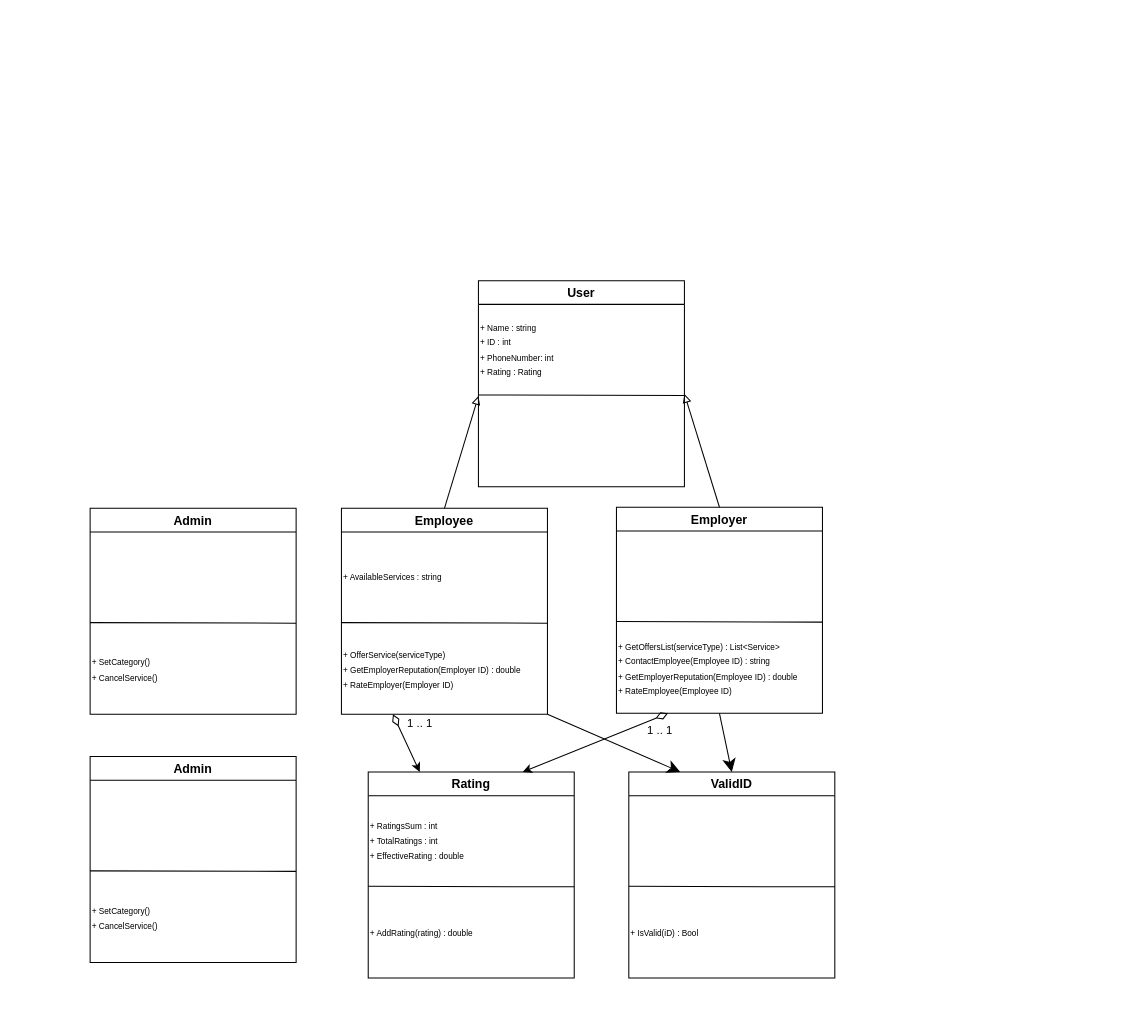
Before: Diagrama UML.drawio in charlis96/Proyecto_Chatbot, a draw.io diagram. Source tidied: cells renumbered, new cells numbered last; positions are measured from the earlier drawing's top-left corner, leaving out a move shared by most shapes. Both pictures are drawn from the tidied source at 103%, with x=0, y=0 at pixel (90, 280).
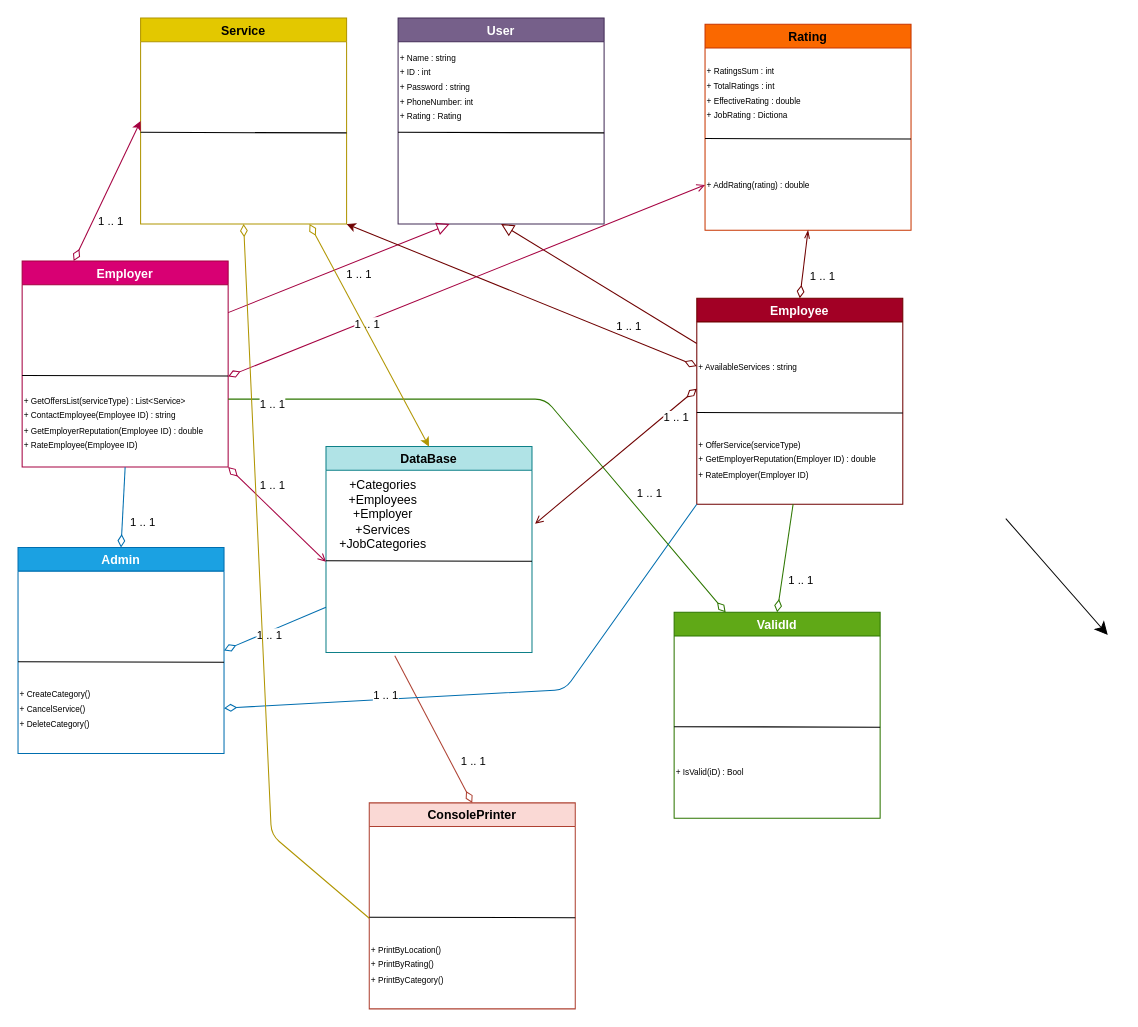
The same diagram, later.

The change refers to these unchanged cells:
```xml
<mxCell id="7" value="&lt;span style=&quot;font-size: 8px&quot;&gt;+ OfferService(serviceType)&lt;br&gt;+ GetEmployerReputation(Employer ID) : double&lt;br&gt;+ RateEmployer(Employer ID)&lt;br&gt;&lt;/span&gt;" style="text;html=1;strokeColor=none;fillColor=none;align=left;verticalAlign=middle;whiteSpace=wrap;rounded=0;" parent="5" vertex="1">
  <mxGeometry y="112" width="200" height="88" as="geometry" />
</mxCell>
<mxCell id="8" value="&lt;span style=&quot;font-size: 8px&quot;&gt;+ AvailableServices : string&lt;br&gt;&lt;/span&gt;" style="text;html=1;strokeColor=none;fillColor=none;align=left;verticalAlign=middle;whiteSpace=wrap;rounded=0;" parent="5" vertex="1">
  <mxGeometry y="22" width="200" height="88" as="geometry" />
</mxCell>
<mxCell id="11" value="&lt;span style=&quot;font-size: 8px&quot;&gt;+ GetOffersList(serviceType) : List&amp;lt;Service&amp;gt;&lt;br&gt;+ ContactEmployee(Employee ID) : string&lt;br&gt;+ GetEmployerReputation(Employee ID) : double&lt;br&gt;+ RateEmployee(Employee ID)&lt;br&gt;&lt;/span&gt;" style="text;html=1;strokeColor=none;fillColor=none;align=left;verticalAlign=middle;whiteSpace=wrap;rounded=0;" parent="9" vertex="1">
  <mxGeometry y="112" width="200" height="88" as="geometry" />
</mxCell>
<mxCell id="19" value="&lt;span style=&quot;font-size: 8px&quot;&gt;+ AddRating(rating) : double&lt;br&gt;&lt;/span&gt;" style="text;html=1;strokeColor=none;fillColor=none;align=left;verticalAlign=middle;whiteSpace=wrap;rounded=0;" parent="17" vertex="1">
  <mxGeometry y="112" width="200" height="88" as="geometry" />
</mxCell>
```

The edit, as a diff of the source:
```diff
@@
-    <mxCell id="2" value="Admin" style="swimlane;" parent="1" vertex="1">
-      <mxGeometry y="221" width="200" height="200" as="geometry" />
+    <mxCell id="2" value="Admin" style="swimlane;fillColor=#1ba1e2;fontColor=#ffffff;strokeColor=#006EAF;" parent="1" vertex="1">
+      <mxGeometry x="-70" y="259" width="200" height="200" as="geometry" />
     </mxCell>
@@
-    <mxCell id="4" value="&lt;span style=&quot;font-size: 8px&quot;&gt;+ SetCategory()&lt;br&gt;+ CancelService()&lt;br&gt;&lt;/span&gt;" style="text;html=1;strokeColor=none;fillColor=none;align=left;verticalAlign=middle;whiteSpace=wrap;rounded=0;" parent="2" vertex="1">
+    <mxCell id="4" value="&lt;span style=&quot;font-size: 8px&quot;&gt;+ CreateCategory()&lt;br&gt;+ CancelService()&lt;br&gt;+ DeleteCategory()&lt;br&gt;&lt;/span&gt;" style="text;html=1;strokeColor=none;fillColor=none;align=left;verticalAlign=middle;whiteSpace=wrap;rounded=0;" parent="2" vertex="1">
       <mxGeometry y="112" width="200" height="88" as="geometry" />
     </mxCell>
-    <mxCell id="5" value="Employee" style="swimlane;" parent="1" vertex="1">
-      <mxGeometry x="244" y="221" width="200" height="200" as="geometry" />
+    <mxCell id="5" value="Employee" style="swimlane;strokeColor=#6F0000;fillColor=#a20025;fontColor=#ffffff;" parent="1" vertex="1">
+      <mxGeometry x="589" y="17" width="200" height="200" as="geometry" />
     </mxCell>
@@
-    <mxCell id="9" value="Employer" style="swimlane;" parent="1" vertex="1">
-      <mxGeometry x="511" y="220" width="200" height="200" as="geometry" />
+    <mxCell id="9" value="Employer" style="swimlane;fillColor=#d80073;fontColor=#ffffff;strokeColor=#A50040;" parent="1" vertex="1">
+      <mxGeometry x="-66" y="-19" width="200" height="200" as="geometry" />
     </mxCell>
@@
-    <mxCell id="12" value="User" style="swimlane;" parent="1" vertex="1">
-      <mxGeometry x="377" width="200" height="200" as="geometry" />
+    <mxCell id="12" value="User" style="swimlane;fillColor=#76608a;fontColor=#ffffff;strokeColor=#432D57;" parent="1" vertex="1">
+      <mxGeometry x="299" y="-255" width="200" height="200" as="geometry" />
     </mxCell>
@@
-    <mxCell id="14" value="&lt;span style=&quot;font-size: 8px&quot;&gt;+ Name : string&lt;br&gt;+ ID : int&lt;br&gt;+ PhoneNumber: int&lt;br&gt;+ Rating : Rating&lt;br&gt;&lt;/span&gt;" style="text;html=1;strokeColor=none;fillColor=none;align=left;verticalAlign=middle;whiteSpace=wrap;rounded=0;" parent="12" vertex="1">
+    <mxCell id="14" value="&lt;span style=&quot;font-size: 8px&quot;&gt;+ Name : string&lt;br&gt;+ ID : int&lt;br&gt;+ Password : string&lt;br&gt;+ PhoneNumber: int&lt;br&gt;+ Rating : Rating&lt;br&gt;&lt;/span&gt;" style="text;html=1;strokeColor=none;fillColor=none;align=left;verticalAlign=middle;whiteSpace=wrap;rounded=0;" parent="12" vertex="1">
       <mxGeometry y="22" width="200" height="88" as="geometry" />
     </mxCell>
-    <mxCell id="15" style="endArrow=block;html=1;entryX=0;entryY=0;entryDx=0;entryDy=0;exitX=0.5;exitY=0;exitDx=0;exitDy=0;endFill=0;" parent="1" edge="1" source="5">
-      <mxGeometry relative="1" as="geometry">
-        <mxPoint x="377" y="112" as="targetPoint" />
-      </mxGeometry>
-    </mxCell>
-    <mxCell id="16" style="endArrow=block;html=1;entryX=1;entryY=1;entryDx=0;entryDy=0;exitX=0.5;exitY=0;exitDx=0;exitDy=0;endFill=0;" parent="1" edge="1" source="9" target="14">
-      <mxGeometry relative="1" as="geometry" />
-    </mxCell>
-    <mxCell id="17" value="Rating" style="swimlane;" parent="1" vertex="1">
-      <mxGeometry x="270" y="477" width="200" height="200" as="geometry" />
+    <mxCell id="17" value="Rating" style="swimlane;fillColor=#fa6800;fontColor=#000000;strokeColor=#C73500;" parent="1" vertex="1">
+      <mxGeometry x="597" y="-249" width="200" height="200" as="geometry" />
     </mxCell>
@@
-    <mxCell id="20" value="&lt;span style=&quot;font-size: 8px&quot;&gt;+ RatingsSum : int&lt;br&gt;+ TotalRatings : int&lt;br&gt;+ EffectiveRating : double&lt;br&gt;&lt;/span&gt;" style="text;html=1;strokeColor=none;fillColor=none;align=left;verticalAlign=middle;whiteSpace=wrap;rounded=0;" parent="17" vertex="1">
+    <mxCell id="20" value="&lt;span style=&quot;font-size: 8px&quot;&gt;+ RatingsSum : int&lt;br&gt;+ TotalRatings : int&lt;br&gt;+ EffectiveRating : double&lt;br&gt;+ JobRating : Dictiona&lt;br&gt;&lt;/span&gt;" style="text;html=1;strokeColor=none;fillColor=none;align=left;verticalAlign=middle;whiteSpace=wrap;rounded=0;" parent="17" vertex="1">
       <mxGeometry y="22" width="200" height="88" as="geometry" />
     </mxCell>
-    <mxCell id="21" style="endArrow=classic;html=1;exitX=0.25;exitY=1;exitDx=0;exitDy=0;endFill=1;startArrow=diamondThin;startFill=0;startSize=10;entryX=0.25;entryY=0;entryDx=0;entryDy=0;" parent="1" edge="1" source="7" target="17">
-      <mxGeometry relative="1" as="geometry" />
-    </mxCell>
-    <mxCell id="22" value="1 .. 1" style="edgeLabel;html=1;align=center;verticalAlign=middle;" parent="21" vertex="1">
-      <mxGeometry x="-0.5" relative="1" as="geometry">
-        <mxPoint x="19" y="-5" as="offset" />
-      </mxGeometry>
-    </mxCell>
-    <mxCell id="23" style="endArrow=classic;html=1;entryX=0.75;entryY=0;entryDx=0;entryDy=0;endFill=1;startArrow=diamondThin;startFill=0;targetPerimeterSpacing=12;startSize=10;exitX=0.25;exitY=1;exitDx=0;exitDy=0;" parent="1" edge="1" source="11" target="17">
-      <mxGeometry relative="1" as="geometry" />
-    </mxCell>
-    <mxCell id="24" value="1 .. 1" style="edgeLabel;html=1;align=center;verticalAlign=middle;" parent="23" vertex="1">
-      <mxGeometry x="-0.5" relative="1" as="geometry">
-        <mxPoint x="27" y="2" as="offset" />
-      </mxGeometry>
-    </mxCell>
-    <mxCell id="25" value="ValidID" style="swimlane;" parent="1" vertex="1">
-      <mxGeometry x="523" y="477" width="200" height="200" as="geometry" />
+    <mxCell id="25" value="Service" style="swimlane;fillColor=#e3c800;fontColor=#000000;strokeColor=#B09500;" parent="1" vertex="1">
+      <mxGeometry x="49" y="-255" width="200" height="200" as="geometry" />
     </mxCell>
@@
+    <mxCell id="33" value="DataBase" style="swimlane;fillColor=#b0e3e6;strokeColor=#0e8088;" parent="1" vertex="1">
+      <mxGeometry x="229" y="161" width="200" height="200" as="geometry" />
+    </mxCell>
+    <mxCell id="34" style="endArrow=none;html=1;rounded=0;" parent="33" edge="1">
+      <mxGeometry relative="1" as="geometry">
+        <mxPoint y="111" as="sourcePoint" />
+        <mxPoint x="200" y="111.5" as="targetPoint" />
+      </mxGeometry>
+    </mxCell>
+    <mxCell id="35" value="&lt;span style=&quot;font-size: 8px&quot;&gt;&lt;br&gt;&lt;/span&gt;" style="text;html=1;strokeColor=none;fillColor=none;align=left;verticalAlign=middle;whiteSpace=wrap;rounded=0;" parent="33" vertex="1">
+      <mxGeometry y="112" width="200" height="88" as="geometry" />
+    </mxCell>
+    <mxCell id="36" value="+Categories&lt;br&gt;+Employees&lt;br&gt;+Employer&lt;br&gt;+Services&lt;br&gt;+JobCategories" style="text;html=1;align=center;verticalAlign=middle;strokeColor=none;fillColor=none;" parent="33" vertex="1">
+      <mxGeometry x="8" y="29" width="94" height="74" as="geometry" />
+    </mxCell>
+    <mxCell id="37" value="ConsolePrinter" style="swimlane;fillColor=#fad9d5;strokeColor=#ae4132;" parent="1" vertex="1">
+      <mxGeometry x="271" y="507" width="200" height="200" as="geometry" />
+    </mxCell>
+    <mxCell id="38" style="endArrow=none;html=1;rounded=0;" parent="37" edge="1">
+      <mxGeometry relative="1" as="geometry">
+        <mxPoint y="111" as="sourcePoint" />
+        <mxPoint x="200" y="111.5" as="targetPoint" />
+      </mxGeometry>
+    </mxCell>
+    <mxCell id="39" value="&lt;span style=&quot;font-size: 8px&quot;&gt;&lt;br&gt;&lt;/span&gt;" style="text;html=1;strokeColor=none;fillColor=none;align=left;verticalAlign=middle;whiteSpace=wrap;rounded=0;" parent="37" vertex="1">
+      <mxGeometry y="112" width="200" height="88" as="geometry" />
+    </mxCell>
+    <mxCell id="40" value="&lt;span style=&quot;font-size: 8px&quot;&gt;+ PrintByLocation()&lt;br&gt;&lt;/span&gt;&lt;span style=&quot;font-size: 8px&quot;&gt;+ PrintByRating()&lt;br&gt;&lt;/span&gt;&lt;span style=&quot;font-size: 8px&quot;&gt;+ PrintByCategory()&lt;/span&gt;&lt;span style=&quot;font-size: 8px&quot;&gt;&lt;br&gt;&lt;/span&gt;" style="text;html=1;strokeColor=none;fillColor=none;align=left;verticalAlign=middle;whiteSpace=wrap;rounded=0;" parent="37" vertex="1">
+      <mxGeometry y="112" width="200" height="88" as="geometry" />
+    </mxCell>
+    <mxCell id="41" style="endArrow=none;html=1;exitX=0.5;exitY=0;exitDx=0;exitDy=0;endFill=0;startArrow=diamondThin;startFill=0;startSize=10;entryX=0.334;entryY=1.036;entryDx=0;entryDy=0;entryPerimeter=0;fillColor=#fad9d5;strokeColor=#ae4132;" parent="1" edge="1" source="37" target="35">
+      <mxGeometry relative="1" as="geometry" />
+    </mxCell>
+    <mxCell id="42" value="1 .. 1" style="edgeLabel;html=1;align=center;verticalAlign=middle;" parent="41" vertex="1">
+      <mxGeometry x="-0.5" relative="1" as="geometry">
+        <mxPoint x="19" y="-5" as="offset" />
+      </mxGeometry>
+    </mxCell>
+    <mxCell id="43" value="ValidId" style="swimlane;fillColor=#60a917;fontColor=#ffffff;strokeColor=#2D7600;" parent="1" vertex="1">
+      <mxGeometry x="567" y="322" width="200" height="200" as="geometry" />
+    </mxCell>
+    <mxCell id="44" style="endArrow=none;html=1;rounded=0;" parent="43" edge="1">
+      <mxGeometry relative="1" as="geometry">
+        <mxPoint y="111" as="sourcePoint" />
+        <mxPoint x="200" y="111.5" as="targetPoint" />
+      </mxGeometry>
+    </mxCell>
+    <mxCell id="45" value="&lt;span style=&quot;font-size: 8px&quot;&gt;&lt;br&gt;&lt;/span&gt;" style="text;html=1;strokeColor=none;fillColor=none;align=left;verticalAlign=middle;whiteSpace=wrap;rounded=0;" parent="43" vertex="1">
+      <mxGeometry y="112" width="200" height="88" as="geometry" />
+    </mxCell>
-    <mxCell id="27" value="&lt;span style=&quot;font-size: 8px&quot;&gt;+ IsValid(iD) : Bool&lt;br&gt;&lt;/span&gt;" style="text;html=1;strokeColor=none;fillColor=none;align=left;verticalAlign=middle;whiteSpace=wrap;rounded=0;" parent="25" vertex="1">
-      <mxGeometry y="112" width="200" height="88" as="geometry" />
+    <mxCell id="27" value="&lt;span style=&quot;font-size: 8px&quot;&gt;+ IsValid(iD) : Bool&lt;br&gt;&lt;/span&gt;" style="text;html=1;strokeColor=none;fillColor=none;align=left;verticalAlign=middle;whiteSpace=wrap;rounded=0;" parent="43" vertex="1">
+      <mxGeometry y="110" width="200" height="88" as="geometry" />
     </mxCell>
-    <mxCell id="28" style="endArrow=classic;html=1;startSize=10;endSize=10;targetPerimeterSpacing=12;exitX=1;exitY=1;exitDx=0;exitDy=0;entryX=0.25;entryY=0;entryDx=0;entryDy=0;" parent="1" edge="1" source="7" target="25">
-      <mxGeometry relative="1" as="geometry" />
-    </mxCell>
-    <mxCell id="29" style="endArrow=classic;html=1;startSize=10;endSize=10;targetPerimeterSpacing=12;exitX=0.5;exitY=1;exitDx=0;exitDy=0;entryX=0.5;entryY=0;entryDx=0;entryDy=0;" parent="1" edge="1" source="11" target="25">
-      <mxGeometry relative="1" as="geometry" />
-    </mxCell>
-    <mxCell id="30" value="Admin" style="swimlane;" parent="1" vertex="1">
-      <mxGeometry y="462" width="200" height="200" as="geometry" />
-    </mxCell>
-    <mxCell id="31" style="endArrow=none;html=1;rounded=0;" parent="30" edge="1">
-      <mxGeometry relative="1" as="geometry">
-        <mxPoint y="111" as="sourcePoint" />
-        <mxPoint x="200" y="111.5" as="targetPoint" />
-      </mxGeometry>
-    </mxCell>
-    <mxCell id="32" value="&lt;span style=&quot;font-size: 8px&quot;&gt;+ SetCategory()&lt;br&gt;+ CancelService()&lt;br&gt;&lt;/span&gt;" style="text;html=1;strokeColor=none;fillColor=none;align=left;verticalAlign=middle;whiteSpace=wrap;rounded=0;" parent="30" vertex="1">
-      <mxGeometry y="112" width="200" height="88" as="geometry" />
-    </mxCell>
+    <mxCell id="46" style="endArrow=classic;html=1;startSize=10;endSize=10;targetPerimeterSpacing=12;entryX=0;entryY=0.25;entryDx=0;entryDy=0;" parent="1" edge="1">
+      <mxGeometry relative="1" as="geometry">
+        <mxPoint x="889" y="231" as="sourcePoint" />
+        <mxPoint x="988" y="344" as="targetPoint" />
+        <Array as="points">
+          <mxPoint x="889" y="231" />
+        </Array>
+      </mxGeometry>
+    </mxCell>
+    <mxCell id="47" style="endArrow=block;html=1;startSize=10;endSize=10;targetPerimeterSpacing=12;entryX=0.25;entryY=1;entryDx=0;entryDy=0;exitX=1;exitY=0.25;exitDx=0;exitDy=0;fillColor=#d80073;strokeColor=#A50040;endFill=0;" parent="1" edge="1" source="9" target="12">
+      <mxGeometry relative="1" as="geometry" />
+    </mxCell>
+    <mxCell id="48" style="endArrow=block;html=1;startSize=10;endSize=10;targetPerimeterSpacing=12;entryX=0.5;entryY=1;entryDx=0;entryDy=0;exitX=0;exitY=0.25;exitDx=0;exitDy=0;fillColor=#a20025;strokeColor=#6F0000;endFill=0;" parent="1" edge="1" source="8" target="12">
+      <mxGeometry relative="1" as="geometry" />
+    </mxCell>
+    <mxCell id="49" style="endArrow=open;html=1;exitX=0;exitY=0.75;exitDx=0;exitDy=0;endFill=0;startArrow=diamondThin;startFill=0;startSize=10;fillColor=#a20025;strokeColor=#6F0000;" parent="1" edge="1" source="8">
+      <mxGeometry relative="1" as="geometry">
+        <mxPoint x="432" y="236" as="targetPoint" />
+      </mxGeometry>
+    </mxCell>
+    <mxCell id="50" value="1 .. 1" style="edgeLabel;html=1;align=center;verticalAlign=middle;" parent="49" vertex="1">
+      <mxGeometry x="-0.5" relative="1" as="geometry">
+        <mxPoint x="19" y="-5" as="offset" />
+      </mxGeometry>
+    </mxCell>
+    <mxCell id="51" style="endArrow=openThin;html=1;endFill=0;startArrow=diamondThin;startFill=0;startSize=10;exitX=0.5;exitY=0;exitDx=0;exitDy=0;entryX=0.5;entryY=1;entryDx=0;entryDy=0;fillColor=#a20025;strokeColor=#6F0000;" parent="1" edge="1" source="5" target="19">
+      <mxGeometry relative="1" as="geometry" />
+    </mxCell>
+    <mxCell id="52" value="1 .. 1" style="edgeLabel;html=1;align=center;verticalAlign=middle;" parent="51" vertex="1">
+      <mxGeometry x="-0.5" relative="1" as="geometry">
+        <mxPoint x="19" y="-5" as="offset" />
+      </mxGeometry>
+    </mxCell>
+    <mxCell id="53" style="endArrow=classic;html=1;exitX=0;exitY=0.5;exitDx=0;exitDy=0;endFill=1;startArrow=diamondThin;startFill=0;startSize=10;fillColor=#a20025;strokeColor=#6F0000;entryX=1;entryY=1;entryDx=0;entryDy=0;" parent="1" edge="1" source="8" target="25">
+      <mxGeometry relative="1" as="geometry" />
+    </mxCell>
+    <mxCell id="54" value="1 .. 1" style="edgeLabel;html=1;align=center;verticalAlign=middle;" parent="53" vertex="1">
+      <mxGeometry x="-0.5" relative="1" as="geometry">
+        <mxPoint x="19" y="-5" as="offset" />
+      </mxGeometry>
+    </mxCell>
+    <mxCell id="55" style="endArrow=classic;html=1;exitX=0.25;exitY=0;exitDx=0;exitDy=0;endFill=1;startArrow=diamondThin;startFill=0;startSize=10;entryX=0;entryY=0.5;entryDx=0;entryDy=0;fillColor=#d80073;strokeColor=#A50040;" parent="1" edge="1" source="9" target="25">
+      <mxGeometry relative="1" as="geometry" />
+    </mxCell>
+    <mxCell id="56" value="1 .. 1" style="edgeLabel;html=1;align=center;verticalAlign=middle;" parent="55" vertex="1">
+      <mxGeometry x="-0.5" relative="1" as="geometry">
+        <mxPoint x="19" y="-5" as="offset" />
+      </mxGeometry>
+    </mxCell>
+    <mxCell id="57" style="endArrow=open;html=1;exitX=1;exitY=0;exitDx=0;exitDy=0;endFill=0;startArrow=diamondThin;startFill=0;startSize=10;entryX=0;entryY=0.5;entryDx=0;entryDy=0;fillColor=#d80073;strokeColor=#A50040;" parent="1" edge="1" source="11" target="19">
+      <mxGeometry relative="1" as="geometry" />
+    </mxCell>
+    <mxCell id="58" value="1 .. 1" style="edgeLabel;html=1;align=center;verticalAlign=middle;" parent="57" vertex="1">
+      <mxGeometry x="-0.5" relative="1" as="geometry">
+        <mxPoint x="19" y="-5" as="offset" />
+      </mxGeometry>
+    </mxCell>
+    <mxCell id="59" style="endArrow=open;html=1;exitX=1;exitY=1;exitDx=0;exitDy=0;endFill=0;startArrow=diamondThin;startFill=0;startSize=10;entryX=0;entryY=0;entryDx=0;entryDy=0;fillColor=#d80073;strokeColor=#A50040;" parent="1" edge="1" source="11" target="35">
+      <mxGeometry relative="1" as="geometry" />
+    </mxCell>
+    <mxCell id="60" value="1 .. 1" style="edgeLabel;html=1;align=center;verticalAlign=middle;" parent="59" vertex="1">
+      <mxGeometry x="-0.5" relative="1" as="geometry">
+        <mxPoint x="19" y="-5" as="offset" />
+      </mxGeometry>
+    </mxCell>
+    <mxCell id="61" style="endArrow=none;html=1;exitX=1;exitY=0.5;exitDx=0;exitDy=0;endFill=0;startArrow=diamondThin;startFill=0;startSize=10;entryX=0;entryY=0.5;entryDx=0;entryDy=0;fillColor=#1ba1e2;strokeColor=#006EAF;" parent="1" edge="1" source="2" target="35">
+      <mxGeometry relative="1" as="geometry" />
+    </mxCell>
+    <mxCell id="62" value="1 .. 1" style="edgeLabel;html=1;align=center;verticalAlign=middle;" parent="61" vertex="1">
+      <mxGeometry x="-0.5" relative="1" as="geometry">
+        <mxPoint x="19" y="-5" as="offset" />
+      </mxGeometry>
+    </mxCell>
+    <mxCell id="63" style="endArrow=none;html=1;exitX=0.5;exitY=0;exitDx=0;exitDy=0;endFill=0;startArrow=diamondThin;startFill=0;startSize=10;entryX=0.5;entryY=1;entryDx=0;entryDy=0;fillColor=#1ba1e2;strokeColor=#006EAF;" parent="1" edge="1" source="2" target="11">
+      <mxGeometry relative="1" as="geometry" />
+    </mxCell>
+    <mxCell id="64" value="1 .. 1" style="edgeLabel;html=1;align=center;verticalAlign=middle;" parent="63" vertex="1">
+      <mxGeometry x="-0.5" relative="1" as="geometry">
+        <mxPoint x="19" y="-5" as="offset" />
+      </mxGeometry>
+    </mxCell>
+    <mxCell id="65" style="endArrow=none;html=1;exitX=1;exitY=0.5;exitDx=0;exitDy=0;endFill=0;startArrow=diamondThin;startFill=0;startSize=10;entryX=0;entryY=1;entryDx=0;entryDy=0;fillColor=#1ba1e2;strokeColor=#006EAF;" parent="1" edge="1" source="4" target="7">
+      <mxGeometry relative="1" as="geometry">
+        <Array as="points">
+          <mxPoint x="461" y="397" />
+        </Array>
+      </mxGeometry>
+    </mxCell>
+    <mxCell id="66" value="1 .. 1" style="edgeLabel;html=1;align=center;verticalAlign=middle;" parent="65" vertex="1">
+      <mxGeometry x="-0.5" relative="1" as="geometry">
+        <mxPoint x="19" y="-5" as="offset" />
+      </mxGeometry>
+    </mxCell>
+    <mxCell id="67" style="endArrow=none;html=1;exitX=0.5;exitY=0;exitDx=0;exitDy=0;endFill=0;startArrow=diamondThin;startFill=0;startSize=10;fillColor=#60a917;strokeColor=#2D7600;" parent="1" edge="1" source="43" target="7">
+      <mxGeometry relative="1" as="geometry" />
+    </mxCell>
+    <mxCell id="68" value="1 .. 1" style="edgeLabel;html=1;align=center;verticalAlign=middle;" parent="67" vertex="1">
+      <mxGeometry x="-0.5" relative="1" as="geometry">
+        <mxPoint x="19" y="-5" as="offset" />
+      </mxGeometry>
+    </mxCell>
+    <mxCell id="69" style="endArrow=none;html=1;exitX=0.25;exitY=0;exitDx=0;exitDy=0;endFill=0;startArrow=diamondThin;startFill=0;startSize=10;fillColor=#60a917;strokeColor=#2D7600;entryX=1;entryY=0.25;entryDx=0;entryDy=0;" parent="1" edge="1" source="43" target="11">
+      <mxGeometry relative="1" as="geometry">
+        <Array as="points">
+          <mxPoint x="442" y="115" />
+        </Array>
+      </mxGeometry>
+    </mxCell>
+    <mxCell id="70" value="1 .. 1" style="edgeLabel;html=1;align=center;verticalAlign=middle;" parent="69" vertex="1">
+      <mxGeometry x="-0.5" relative="1" as="geometry">
+        <mxPoint x="19" y="-5" as="offset" />
+      </mxGeometry>
+    </mxCell>
+    <mxCell id="71" style="endArrow=classic;html=1;endFill=1;startArrow=diamondThin;startFill=0;startSize=10;fillColor=#e3c800;strokeColor=#B09500;entryX=0.5;entryY=0;entryDx=0;entryDy=0;" parent="1" edge="1" target="33">
+      <mxGeometry relative="1" as="geometry">
+        <mxPoint x="213" y="-55" as="sourcePoint" />
+      </mxGeometry>
+    </mxCell>
+    <mxCell id="72" value="1 .. 1" style="edgeLabel;html=1;align=center;verticalAlign=middle;" parent="71" vertex="1">
+      <mxGeometry x="-0.5" relative="1" as="geometry">
+        <mxPoint x="19" y="-5" as="offset" />
+      </mxGeometry>
+    </mxCell>
+    <mxCell id="73" style="endArrow=none;html=1;exitX=0.5;exitY=1;exitDx=0;exitDy=0;endFill=0;startArrow=diamondThin;startFill=0;startSize=10;fillColor=#e3c800;strokeColor=#B09500;entryX=0;entryY=0;entryDx=0;entryDy=0;" parent="1" edge="1" source="25" target="39">
+      <mxGeometry relative="1" as="geometry">
+        <Array as="points">
+          <mxPoint x="176" y="538" />
+        </Array>
+      </mxGeometry>
+    </mxCell>
+    <mxCell id="74" value="1 .. 1" style="edgeLabel;html=1;align=center;verticalAlign=middle;" parent="73" vertex="1">
+      <mxGeometry x="-0.5" relative="1" as="geometry">
+        <mxPoint x="19" y="-5" as="offset" />
+      </mxGeometry>
+    </mxCell>
```
